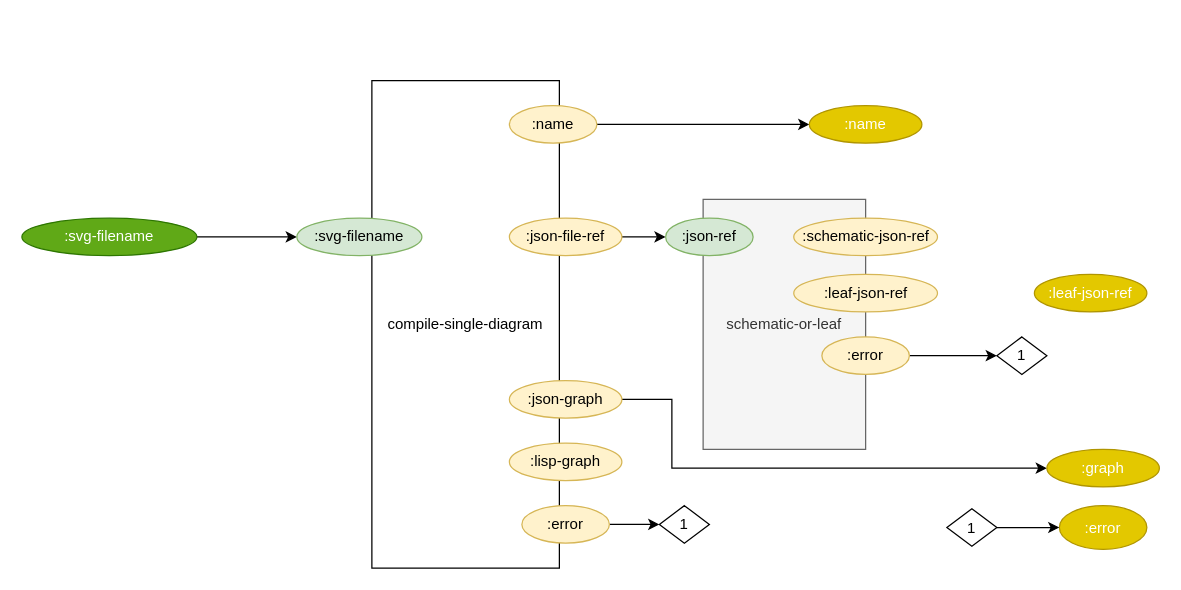
The draw.io diagram page "0. build" (1 of 5) of build_process/cl-build/build.drawio in bmfbp/bmfbp, before the edit. Source tidied: cells renumbered, new cells numbered last; positions are measured from the earlier drawing's top-left corner, leaving out a move shared by most shapes. Both pictures are drawn from the tidied source at 125%, with x=0, y=0 at pixel (21, 80).
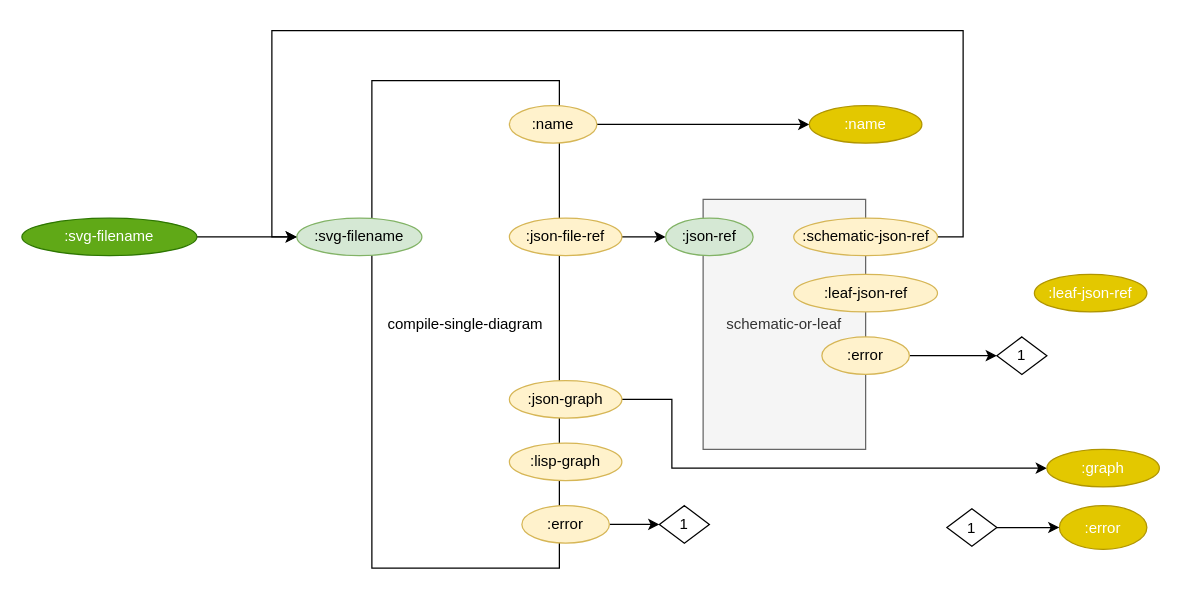
The same page after the edit.

Commit message (it also covers changes not shown here):
build working recursively

Unchanged cells that the change refers to:
```xml
<mxCell id="14" value=":svg-filename" style="ellipse;whiteSpace=wrap;html=1;fillColor=#d5e8d4;strokeColor=#82b366;" parent="1" vertex="1">
  <mxGeometry x="220" y="110" width="100" height="30" as="geometry" />
</mxCell>
<mxCell id="22" value=":schematic-json-ref" style="ellipse;whiteSpace=wrap;html=1;fillColor=#fff2cc;strokeColor=#d6b656;" parent="1" vertex="1">
  <mxGeometry x="617.5" y="110" width="115" height="30" as="geometry" />
</mxCell>
```

Change to the diagram source:
```diff
@@
+    <mxCell id="29" style="edgeStyle=orthogonalEdgeStyle;rounded=0;jettySize=auto;html=1;exitX=1;exitY=0.5;exitDx=0;exitDy=0;entryX=0;entryY=0.5;entryDx=0;entryDy=0;" parent="1" edge="1" source="22" target="14">
+      <mxGeometry relative="1" as="geometry">
+        <Array as="points">
+          <mxPoint x="753" y="125" />
+          <mxPoint x="753" y="-40" />
+          <mxPoint x="200" y="-40" />
+          <mxPoint x="200" y="125" />
+        </Array>
+      </mxGeometry>
+    </mxCell>
```
